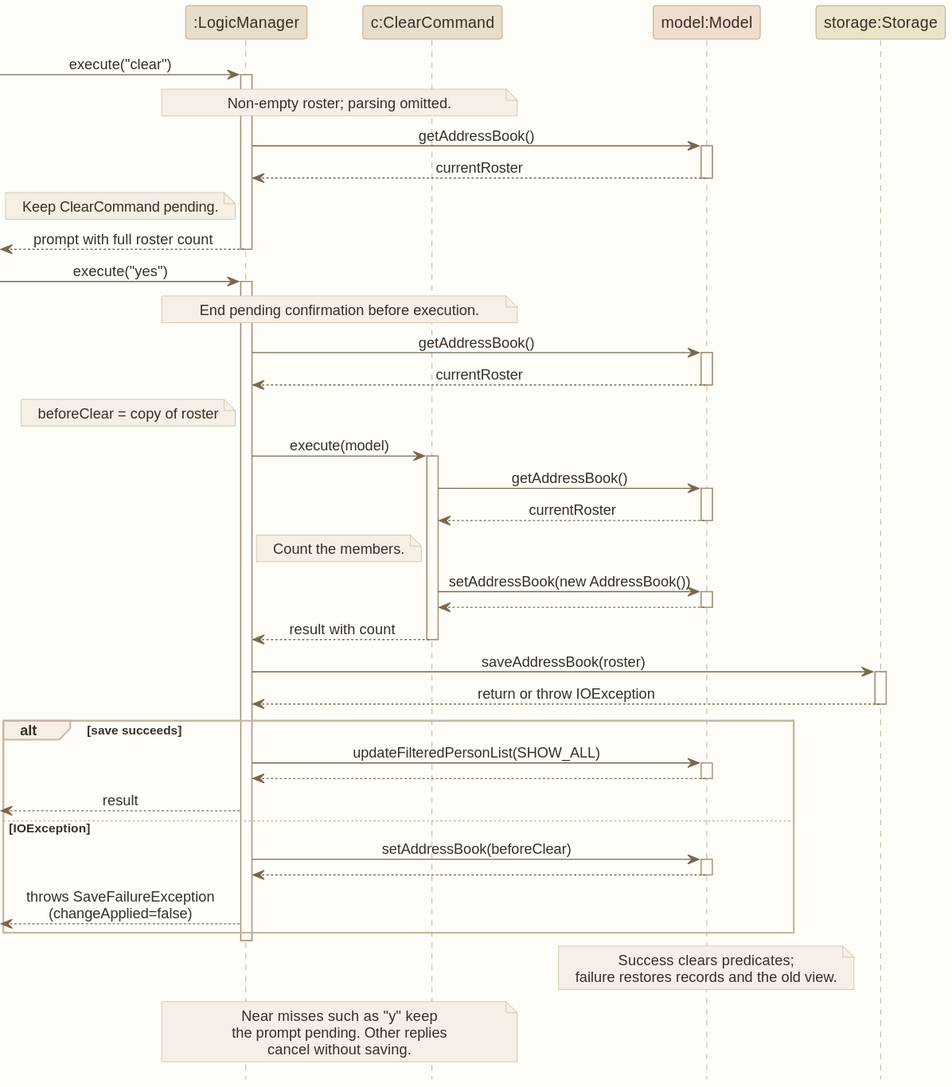
AY2627S1-CS2103T-W12-1/tp keeps this PlantUML diagram as docs/images/ClearSequenceDiagram.svg. Above is the earlier version.
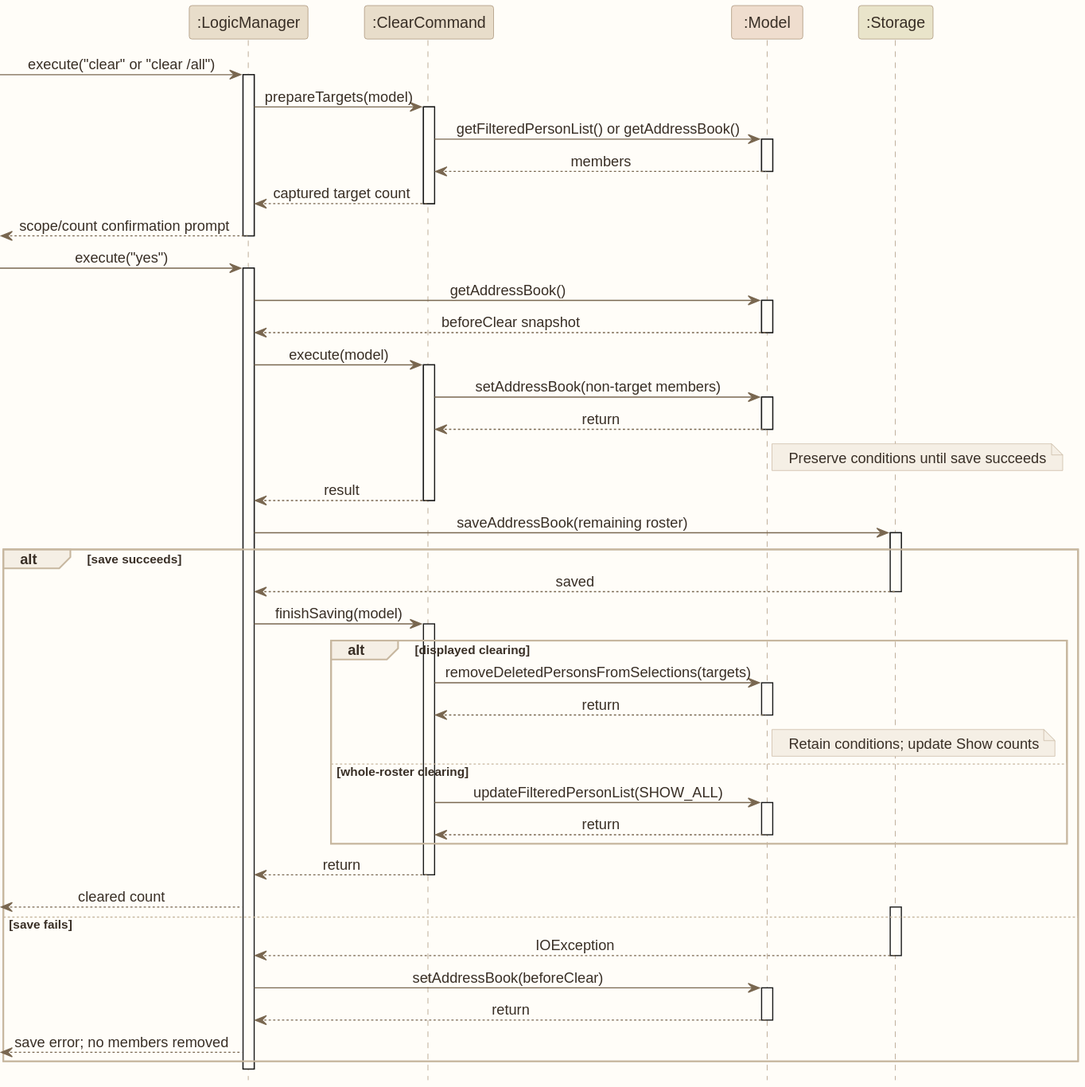
The same file after the commit.

Commit message:
Acknowledge AI and explain scoped clearing

The edit, as a diff of the source:
```diff
@@ -1,61 +1,68 @@
 @startuml
 !include style.puml
 skinparam ArrowFontStyle plain
-participant ":LogicManager" as logic LOGIC_COLOR
-participant "c:ClearCommand" as command LOGIC_COLOR
-participant "model:Model" as model MODEL_COLOR
-participant "storage:Storage" as storage STORAGE_COLOR
-
-[-> logic : execute("clear")
-activate logic
-note over logic, command: Non-empty roster; parsing omitted.
-logic -> model : getAddressBook()
-activate model
-model --> logic : currentRoster
-deactivate model
-note left of logic: Keep ClearCommand pending.
-logic -->[ : prompt with full roster count
-deactivate logic
-
-[-> logic : execute("yes")
-activate logic
-note over logic, command: End pending confirmation before execution.
-logic -> model : getAddressBook()
-activate model
-model --> logic : currentRoster
-deactivate model
-note left of logic: beforeClear = copy of roster
-logic -> command : execute(model)
-activate command
-command -> model : getAddressBook()
-activate model
-model --> command : currentRoster
-note left of command: Count the members.
-deactivate model
-command -> model : setAddressBook(new AddressBook())
-activate model
-model --> command
-deactivate model
-command --> logic : result with count
-deactivate command
-logic -> storage : saveAddressBook(roster)
-activate storage
-storage --> logic : return or throw IOException
-deactivate storage
+participant ":LogicManager" as Logic LOGIC_COLOR
+participant ":ClearCommand" as Clear LOGIC_COLOR
+participant ":Model" as Model MODEL_COLOR
+participant ":Storage" as Storage STORAGE_COLOR
+[-> Logic : execute("clear" or "clear /all")
+activate Logic
+Logic -> Clear : prepareTargets(model)
+activate Clear
+Clear -> Model : getFilteredPersonList() or getAddressBook()
+activate Model
+Model --> Clear : members
+deactivate Model
+Clear --> Logic : captured target count
+deactivate Clear
+Logic -->[ : scope/count confirmation prompt
+deactivate Logic
+[-> Logic : execute("yes")
+activate Logic
+Logic -> Model : getAddressBook()
+activate Model
+Model --> Logic : beforeClear snapshot
+deactivate Model
+Logic -> Clear : execute(model)
+activate Clear
+Clear -> Model : setAddressBook(non-target members)
+activate Model
+Model --> Clear : return
+deactivate Model
+note right of Model : Preserve conditions until save succeeds
+Clear --> Logic : result
+deactivate Clear
+Logic -> Storage : saveAddressBook(remaining roster)
+activate Storage
 alt save succeeds
-    logic -> model : updateFilteredPersonList(SHOW_ALL)
-    activate model
-    model --> logic
-    deactivate model
-    logic -->[ : result
-else IOException
-    logic -> model : setAddressBook(beforeClear)
-    activate model
-    model --> logic
-    deactivate model
-    logic -->[ : throws SaveFailureException\n(changeApplied=false)
+Storage --> Logic : saved
+deactivate Storage
+Logic -> Clear : finishSaving(model)
+activate Clear
+alt displayed clearing
+Clear -> Model : removeDeletedPersonsFromSelections(targets)
+activate Model
+Model --> Clear : return
+deactivate Model
+note right of Model : Retain conditions; update Show counts
+else whole-roster clearing
+Clear -> Model : updateFilteredPersonList(SHOW_ALL)
+activate Model
+Model --> Clear : return
+deactivate Model
 end
-deactivate logic
-note over model: Success clears predicates;\nfailure restores records and the old view.
-note over logic, command: Near misses such as "y" keep\nthe prompt pending. Other replies\ncancel without saving.
+Clear --> Logic : return
+deactivate Clear
+Logic -->[ : cleared count
+else save fails
+activate Storage
+Storage --> Logic : IOException
+deactivate Storage
+Logic -> Model : setAddressBook(beforeClear)
+activate Model
+Model --> Logic : return
+deactivate Model
+Logic -->[ : save error; no members removed
+end
+deactivate Logic
 @enduml
```
